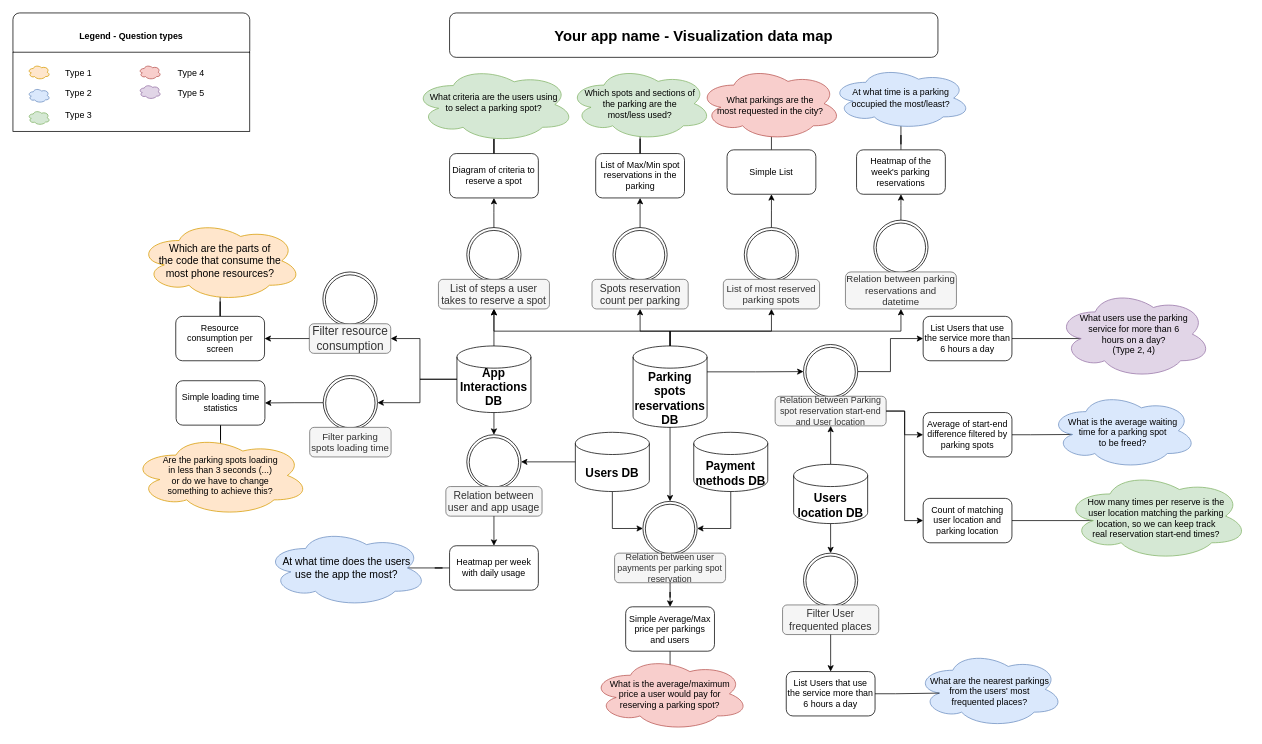
This is assets/MS4/ParkEz VDMap.drawio from ISIS3510-202320-Team13/Wiki, a draw.io file, before an edit. Source tidied: cells renumbered, new cells numbered last; positions are measured from the earlier drawing's top-left corner, leaving out a move shared by most shapes. Both pictures are drawn from the tidied source at 74%, with x=0, y=0 at pixel (13, 13).
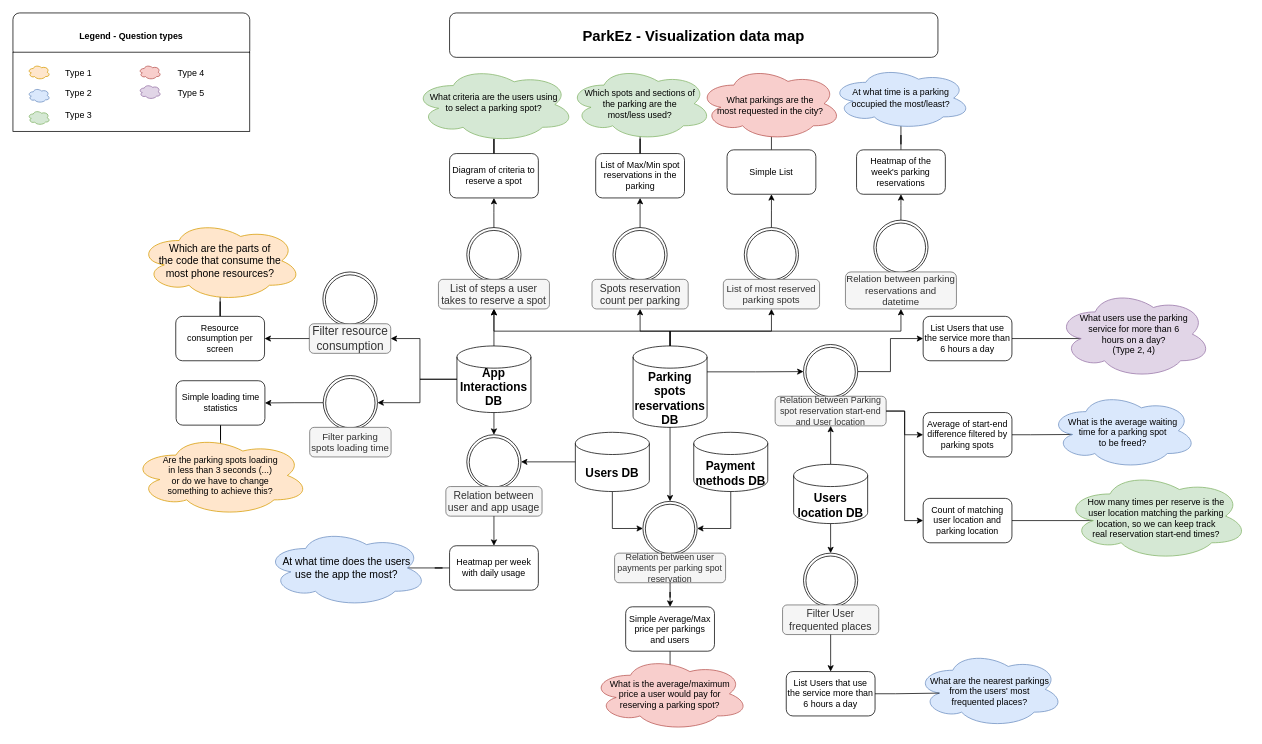
After the change.

Diff of the diagram source:
```diff
@@
-    <mxCell id="2" value="&lt;b&gt;&lt;font style=&quot;font-size: 20px;&quot;&gt;Your app name - Visualization data map&lt;/font&gt;&lt;/b&gt;" style="rounded=1;whiteSpace=wrap;html=1;fontSize=16;" parent="1" vertex="1">
+    <mxCell id="2" value="&lt;b&gt;&lt;font style=&quot;font-size: 20px;&quot;&gt;ParkEz - Visualization data map&lt;/font&gt;&lt;/b&gt;" style="rounded=1;whiteSpace=wrap;html=1;fontSize=16;" parent="1" vertex="1">
       <mxGeometry x="590" width="660" height="60" as="geometry" />
     </mxCell>
```
